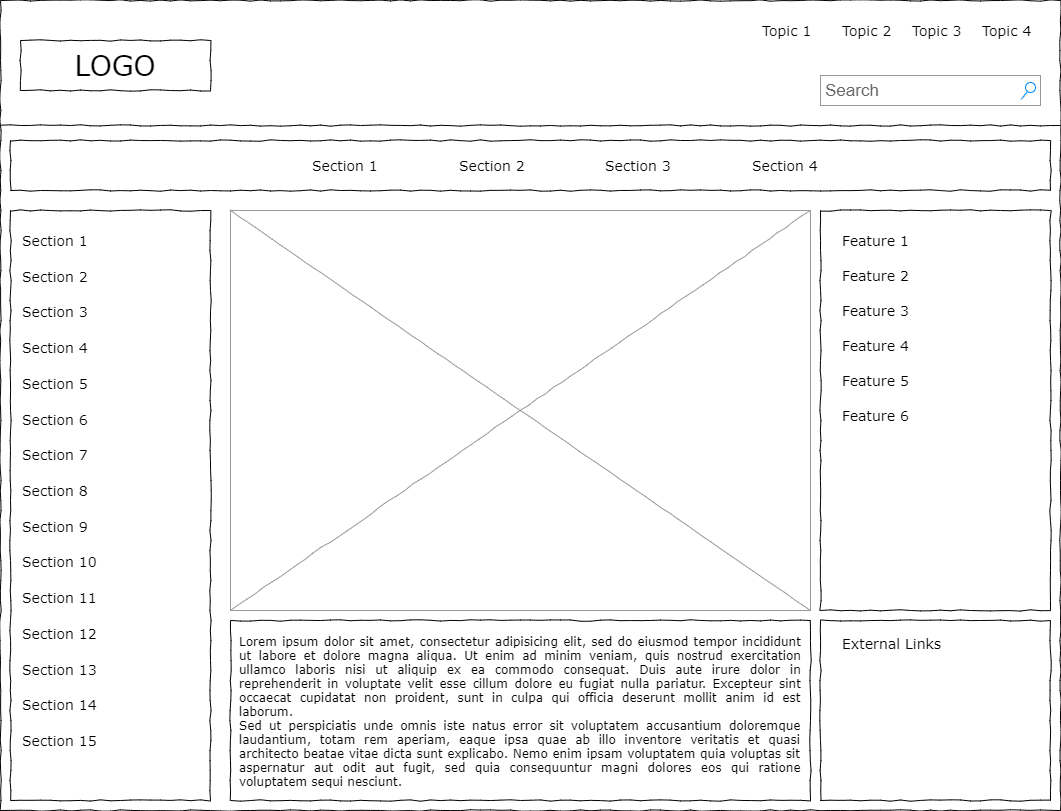
Above: Wireframe.png in GiangNguyenn/Group20_IIT_A3 (draw.io), before the change. Source tidied: cells renumbered, new cells last; positions are measured from the earlier drawing's top-left corner, leaving out a move shared by most shapes. The source it was exported from:
```xml
<mxGraphModel background="#ffffff">
  <root>
    <mxCell id="0" />
    <mxCell id="1" parent="0" />
    <mxCell id="2" style="whiteSpace=wrap;html=1;rounded=0;shadow=0;labelBackgroundColor=none;strokeColor=#000000;strokeWidth=1;fillColor=none;fontFamily=Verdana;fontSize=12;fontColor=#000000;align=center;comic=1;" parent="1" vertex="1">
      <mxGeometry width="1060" height="810" as="geometry" />
    </mxCell>
    <mxCell id="3" value="LOGO" style="whiteSpace=wrap;html=1;rounded=0;shadow=0;labelBackgroundColor=none;strokeWidth=1;fontFamily=Verdana;fontSize=28;align=center;comic=1;" parent="1" vertex="1">
      <mxGeometry x="20" y="40" width="190" height="50" as="geometry" />
    </mxCell>
    <mxCell id="4" value="Search" style="strokeWidth=1;shadow=0;dashed=0;align=center;html=1;shape=mxgraph.mockup.forms.searchBox;strokeColor=#999999;mainText=;strokeColor2=#008cff;fontColor=#666666;fontSize=17;align=left;spacingLeft=3;rounded=0;labelBackgroundColor=none;comic=1;" parent="1" vertex="1">
      <mxGeometry x="820" y="75" width="220" height="30" as="geometry" />
    </mxCell>
    <mxCell id="5" value="Topic 1" style="text;html=1;align=left;verticalAlign=top;spacingTop=-4;fontSize=14;fontFamily=Verdana;" parent="1" vertex="1">
      <mxGeometry x="760" y="20" width="60" height="20" as="geometry" />
    </mxCell>
    <mxCell id="6" value="Topic 2" style="text;html=1;align=left;verticalAlign=top;spacingTop=-4;fontSize=14;fontFamily=Verdana;" parent="1" vertex="1">
      <mxGeometry x="840" y="20" width="60" height="20" as="geometry" />
    </mxCell>
    <mxCell id="7" value="Topic 3" style="text;html=1;align=left;verticalAlign=top;spacingTop=-4;fontSize=14;fontFamily=Verdana;" parent="1" vertex="1">
      <mxGeometry x="910" y="20" width="60" height="20" as="geometry" />
    </mxCell>
    <mxCell id="8" value="Topic 4" style="text;html=1;align=left;verticalAlign=top;spacingTop=-4;fontSize=14;fontFamily=Verdana;" parent="1" vertex="1">
      <mxGeometry x="980" y="20" width="60" height="20" as="geometry" />
    </mxCell>
    <mxCell id="9" style="whiteSpace=wrap;html=1;rounded=0;shadow=0;labelBackgroundColor=none;strokeWidth=1;fillColor=none;fontFamily=Verdana;fontSize=12;align=center;comic=1;" parent="1" vertex="1">
      <mxGeometry x="10" y="210" width="200" height="590" as="geometry" />
    </mxCell>
    <mxCell id="10" style="line;strokeWidth=1;html=1;rounded=0;shadow=0;labelBackgroundColor=none;fillColor=none;fontFamily=Verdana;fontSize=14;fontColor=#000000;align=center;comic=1;" parent="1" vertex="1">
      <mxGeometry y="120" width="1060" height="10" as="geometry" />
    </mxCell>
    <mxCell id="11" style="whiteSpace=wrap;html=1;rounded=0;shadow=0;labelBackgroundColor=none;strokeWidth=1;fillColor=none;fontFamily=Verdana;fontSize=12;align=center;comic=1;" parent="1" vertex="1">
      <mxGeometry x="10" y="140" width="1040" height="50" as="geometry" />
    </mxCell>
    <mxCell id="12" value="Section 1" style="text;html=1;align=left;verticalAlign=top;spacingTop=-4;fontSize=14;fontFamily=Verdana;" parent="1" vertex="1">
      <mxGeometry x="310" y="155" width="60" height="20" as="geometry" />
    </mxCell>
    <mxCell id="13" value="Section 2" style="text;html=1;align=left;verticalAlign=top;spacingTop=-4;fontSize=14;fontFamily=Verdana;" parent="1" vertex="1">
      <mxGeometry x="457" y="155" width="60" height="20" as="geometry" />
    </mxCell>
    <mxCell id="14" value="Section 3" style="text;html=1;align=left;verticalAlign=top;spacingTop=-4;fontSize=14;fontFamily=Verdana;" parent="1" vertex="1">
      <mxGeometry x="603" y="155" width="60" height="20" as="geometry" />
    </mxCell>
    <mxCell id="15" value="Section 4" style="text;html=1;align=left;verticalAlign=top;spacingTop=-4;fontSize=14;fontFamily=Verdana;" parent="1" vertex="1">
      <mxGeometry x="750" y="155" width="60" height="20" as="geometry" />
    </mxCell>
    <mxCell id="16" value="&lt;div style=&quot;text-align: justify&quot;&gt;&lt;span&gt;Lorem ipsum dolor sit amet, consectetur adipisicing elit, sed do eiusmod tempor incididunt ut labore et dolore magna aliqua. Ut enim ad minim veniam, quis nostrud exercitation ullamco laboris nisi ut aliquip ex ea commodo consequat. Duis aute irure dolor in reprehenderit in voluptate velit esse cillum dolore eu fugiat nulla pariatur. Excepteur sint occaecat cupidatat non proident, sunt in culpa qui officia deserunt mollit anim id est laborum.&lt;/span&gt;&lt;/div&gt;&lt;div style=&quot;text-align: justify&quot;&gt;&lt;span&gt;Sed ut perspiciatis unde omnis iste natus error sit voluptatem accusantium doloremque laudantium, totam rem aperiam, eaque ipsa quae ab illo inventore veritatis et quasi architecto beatae vitae dicta sunt explicabo. Nemo enim ipsam voluptatem quia voluptas sit aspernatur aut odit aut fugit, sed quia consequuntur magni dolores eos qui ratione voluptatem sequi nesciunt.&amp;nbsp;&lt;/span&gt;&lt;/div&gt;" style="whiteSpace=wrap;html=1;rounded=0;shadow=0;labelBackgroundColor=none;strokeWidth=1;fillColor=none;fontFamily=Verdana;fontSize=12;align=center;verticalAlign=top;spacing=10;comic=1;" parent="1" vertex="1">
      <mxGeometry x="230" y="620" width="580" height="180" as="geometry" />
    </mxCell>
    <mxCell id="17" style="verticalLabelPosition=bottom;shadow=0;dashed=0;align=center;html=1;verticalAlign=top;strokeWidth=1;shape=mxgraph.mockup.graphics.simpleIcon;strokeColor=#999999;rounded=0;labelBackgroundColor=none;fontFamily=Verdana;fontSize=14;fontColor=#000000;comic=1;" parent="1" vertex="1">
      <mxGeometry x="230" y="210" width="580" height="400" as="geometry" />
    </mxCell>
    <mxCell id="18" style="whiteSpace=wrap;html=1;rounded=0;shadow=0;labelBackgroundColor=none;strokeWidth=1;fillColor=none;fontFamily=Verdana;fontSize=12;align=center;comic=1;" parent="1" vertex="1">
      <mxGeometry x="820" y="210" width="230" height="400" as="geometry" />
    </mxCell>
    <mxCell id="19" style="whiteSpace=wrap;html=1;rounded=0;shadow=0;labelBackgroundColor=none;strokeWidth=1;fillColor=none;fontFamily=Verdana;fontSize=12;align=center;comic=1;" parent="1" vertex="1">
      <mxGeometry x="820" y="620" width="230" height="180" as="geometry" />
    </mxCell>
    <mxCell id="20" value="Section 1" style="text;html=1;align=left;verticalAlign=top;spacingTop=-4;fontSize=14;fontFamily=Verdana;" parent="1" vertex="1">
      <mxGeometry x="20" y="230" width="170" height="20" as="geometry" />
    </mxCell>
    <mxCell id="21" value="Section 2" style="text;html=1;align=left;verticalAlign=top;spacingTop=-4;fontSize=14;fontFamily=Verdana;" parent="1" vertex="1">
      <mxGeometry x="20" y="266" width="170" height="20" as="geometry" />
    </mxCell>
    <mxCell id="22" value="Section 3" style="text;html=1;align=left;verticalAlign=top;spacingTop=-4;fontSize=14;fontFamily=Verdana;" parent="1" vertex="1">
      <mxGeometry x="20" y="301" width="170" height="20" as="geometry" />
    </mxCell>
    <mxCell id="23" value="Section 4" style="text;html=1;align=left;verticalAlign=top;spacingTop=-4;fontSize=14;fontFamily=Verdana;" parent="1" vertex="1">
      <mxGeometry x="20" y="337" width="170" height="20" as="geometry" />
    </mxCell>
    <mxCell id="24" value="Section 7" style="text;html=1;align=left;verticalAlign=top;spacingTop=-4;fontSize=14;fontFamily=Verdana;" parent="1" vertex="1">
      <mxGeometry x="20" y="444" width="170" height="20" as="geometry" />
    </mxCell>
    <mxCell id="25" value="Section 8" style="text;html=1;align=left;verticalAlign=top;spacingTop=-4;fontSize=14;fontFamily=Verdana;" parent="1" vertex="1">
      <mxGeometry x="20" y="480" width="170" height="20" as="geometry" />
    </mxCell>
    <mxCell id="26" value="Section 9" style="text;html=1;align=left;verticalAlign=top;spacingTop=-4;fontSize=14;fontFamily=Verdana;" parent="1" vertex="1">
      <mxGeometry x="20" y="516" width="170" height="20" as="geometry" />
    </mxCell>
    <mxCell id="27" value="Section 10" style="text;html=1;align=left;verticalAlign=top;spacingTop=-4;fontSize=14;fontFamily=Verdana;" parent="1" vertex="1">
      <mxGeometry x="20" y="551" width="170" height="20" as="geometry" />
    </mxCell>
    <mxCell id="28" value="Section 11" style="text;html=1;align=left;verticalAlign=top;spacingTop=-4;fontSize=14;fontFamily=Verdana;" parent="1" vertex="1">
      <mxGeometry x="20" y="587" width="170" height="20" as="geometry" />
    </mxCell>
    <mxCell id="29" value="Section 12" style="text;html=1;align=left;verticalAlign=top;spacingTop=-4;fontSize=14;fontFamily=Verdana;" parent="1" vertex="1">
      <mxGeometry x="20" y="623" width="170" height="20" as="geometry" />
    </mxCell>
    <mxCell id="30" value="Section 13" style="text;html=1;align=left;verticalAlign=top;spacingTop=-4;fontSize=14;fontFamily=Verdana;" parent="1" vertex="1">
      <mxGeometry x="20" y="659" width="170" height="20" as="geometry" />
    </mxCell>
    <mxCell id="31" value="Section 14" style="text;html=1;align=left;verticalAlign=top;spacingTop=-4;fontSize=14;fontFamily=Verdana;" parent="1" vertex="1">
      <mxGeometry x="20" y="694" width="170" height="20" as="geometry" />
    </mxCell>
    <mxCell id="32" value="Section 5" style="text;html=1;align=left;verticalAlign=top;spacingTop=-4;fontSize=14;fontFamily=Verdana;" parent="1" vertex="1">
      <mxGeometry x="20" y="373" width="170" height="20" as="geometry" />
    </mxCell>
    <mxCell id="33" value="Section 6" style="text;html=1;align=left;verticalAlign=top;spacingTop=-4;fontSize=14;fontFamily=Verdana;" parent="1" vertex="1">
      <mxGeometry x="20" y="409" width="170" height="20" as="geometry" />
    </mxCell>
    <mxCell id="34" value="Section 15" style="text;html=1;align=left;verticalAlign=top;spacingTop=-4;fontSize=14;fontFamily=Verdana;" parent="1" vertex="1">
      <mxGeometry x="20" y="730" width="170" height="20" as="geometry" />
    </mxCell>
    <mxCell id="35" value="External Links" style="text;html=1;align=left;verticalAlign=top;spacingTop=-4;fontSize=14;fontFamily=Verdana;" parent="1" vertex="1">
      <mxGeometry x="840" y="633" width="170" height="20" as="geometry" />
    </mxCell>
    <mxCell id="36" value="Feature 1" style="text;html=1;align=left;verticalAlign=top;spacingTop=-4;fontSize=14;fontFamily=Verdana;" parent="1" vertex="1">
      <mxGeometry x="840" y="230" width="170" height="20" as="geometry" />
    </mxCell>
    <mxCell id="37" value="Feature 2" style="text;html=1;align=left;verticalAlign=top;spacingTop=-4;fontSize=14;fontFamily=Verdana;" parent="1" vertex="1">
      <mxGeometry x="840" y="265" width="170" height="20" as="geometry" />
    </mxCell>
    <mxCell id="38" value="Feature 3" style="text;html=1;align=left;verticalAlign=top;spacingTop=-4;fontSize=14;fontFamily=Verdana;" parent="1" vertex="1">
      <mxGeometry x="840" y="300" width="170" height="20" as="geometry" />
    </mxCell>
    <mxCell id="39" value="Feature 4" style="text;html=1;align=left;verticalAlign=top;spacingTop=-4;fontSize=14;fontFamily=Verdana;" parent="1" vertex="1">
      <mxGeometry x="840" y="335" width="170" height="20" as="geometry" />
    </mxCell>
    <mxCell id="40" value="Feature 5" style="text;html=1;align=left;verticalAlign=top;spacingTop=-4;fontSize=14;fontFamily=Verdana;" parent="1" vertex="1">
      <mxGeometry x="840" y="370" width="170" height="20" as="geometry" />
    </mxCell>
    <mxCell id="41" value="Feature 6" style="text;html=1;align=left;verticalAlign=top;spacingTop=-4;fontSize=14;fontFamily=Verdana;" parent="1" vertex="1">
      <mxGeometry x="840" y="405" width="170" height="20" as="geometry" />
    </mxCell>
  </root>
</mxGraphModel>
```
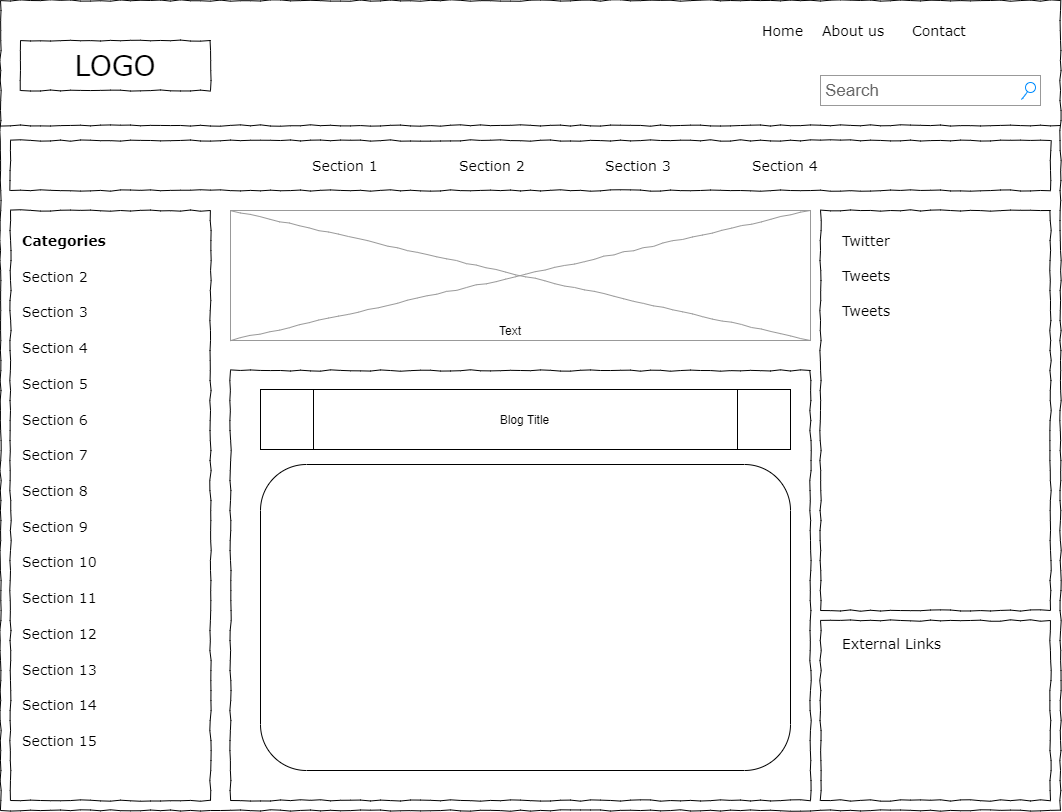
The same file after the commit.

The edit, as a diff of the source:
```diff
@@ -11,18 +11,15 @@
     <mxCell id="4" value="Search" style="strokeWidth=1;shadow=0;dashed=0;align=center;html=1;shape=mxgraph.mockup.forms.searchBox;strokeColor=#999999;mainText=;strokeColor2=#008cff;fontColor=#666666;fontSize=17;align=left;spacingLeft=3;rounded=0;labelBackgroundColor=none;comic=1;" parent="1" vertex="1">
       <mxGeometry x="820" y="75" width="220" height="30" as="geometry" />
     </mxCell>
-    <mxCell id="5" value="Topic 1" style="text;html=1;align=left;verticalAlign=top;spacingTop=-4;fontSize=14;fontFamily=Verdana;" parent="1" vertex="1">
+    <mxCell id="5" value="Home" style="text;html=1;align=left;verticalAlign=top;spacingTop=-4;fontSize=14;fontFamily=Verdana;" parent="1" vertex="1">
       <mxGeometry x="760" y="20" width="60" height="20" as="geometry" />
     </mxCell>
-    <mxCell id="6" value="Topic 2" style="text;html=1;align=left;verticalAlign=top;spacingTop=-4;fontSize=14;fontFamily=Verdana;" parent="1" vertex="1">
-      <mxGeometry x="840" y="20" width="60" height="20" as="geometry" />
+    <mxCell id="6" value="About us" style="text;html=1;align=left;verticalAlign=top;spacingTop=-4;fontSize=14;fontFamily=Verdana;" parent="1" vertex="1">
+      <mxGeometry x="820" y="20" width="60" height="20" as="geometry" />
     </mxCell>
-    <mxCell id="7" value="Topic 3" style="text;html=1;align=left;verticalAlign=top;spacingTop=-4;fontSize=14;fontFamily=Verdana;" parent="1" vertex="1">
+    <mxCell id="7" value="Contact" style="text;html=1;align=left;verticalAlign=top;spacingTop=-4;fontSize=14;fontFamily=Verdana;" parent="1" vertex="1">
       <mxGeometry x="910" y="20" width="60" height="20" as="geometry" />
     </mxCell>
-    <mxCell id="8" value="Topic 4" style="text;html=1;align=left;verticalAlign=top;spacingTop=-4;fontSize=14;fontFamily=Verdana;" parent="1" vertex="1">
-      <mxGeometry x="980" y="20" width="60" height="20" as="geometry" />
-    </mxCell>
     <mxCell id="9" style="whiteSpace=wrap;html=1;rounded=0;shadow=0;labelBackgroundColor=none;strokeWidth=1;fillColor=none;fontFamily=Verdana;fontSize=12;align=center;comic=1;" parent="1" vertex="1">
       <mxGeometry x="10" y="210" width="200" height="590" as="geometry" />
     </mxCell>
@@ -44,11 +41,11 @@
     <mxCell id="15" value="Section 4" style="text;html=1;align=left;verticalAlign=top;spacingTop=-4;fontSize=14;fontFamily=Verdana;" parent="1" vertex="1">
       <mxGeometry x="750" y="155" width="60" height="20" as="geometry" />
     </mxCell>
-    <mxCell id="16" value="&lt;div style=&quot;text-align: justify&quot;&gt;&lt;span&gt;Lorem ipsum dolor sit amet, consectetur adipisicing elit, sed do eiusmod tempor incididunt ut labore et dolore magna aliqua. Ut enim ad minim veniam, quis nostrud exercitation ullamco laboris nisi ut aliquip ex ea commodo consequat. Duis aute irure dolor in reprehenderit in voluptate velit esse cillum dolore eu fugiat nulla pariatur. Excepteur sint occaecat cupidatat non proident, sunt in culpa qui officia deserunt mollit anim id est laborum.&lt;/span&gt;&lt;/div&gt;&lt;div style=&quot;text-align: justify&quot;&gt;&lt;span&gt;Sed ut perspiciatis unde omnis iste natus error sit voluptatem accusantium doloremque laudantium, totam rem aperiam, eaque ipsa quae ab illo inventore veritatis et quasi architecto beatae vitae dicta sunt explicabo. Nemo enim ipsam voluptatem quia voluptas sit aspernatur aut odit aut fugit, sed quia consequuntur magni dolores eos qui ratione voluptatem sequi nesciunt.&amp;nbsp;&lt;/span&gt;&lt;/div&gt;" style="whiteSpace=wrap;html=1;rounded=0;shadow=0;labelBackgroundColor=none;strokeWidth=1;fillColor=none;fontFamily=Verdana;fontSize=12;align=center;verticalAlign=top;spacing=10;comic=1;" parent="1" vertex="1">
-      <mxGeometry x="230" y="620" width="580" height="180" as="geometry" />
+    <mxCell id="16" value="&lt;div style=&quot;text-align: justify&quot;&gt;&lt;br&gt;&lt;/div&gt;" style="whiteSpace=wrap;html=1;rounded=0;shadow=0;labelBackgroundColor=none;strokeWidth=1;fillColor=none;fontFamily=Verdana;fontSize=12;align=center;verticalAlign=top;spacing=10;comic=1;" parent="1" vertex="1">
+      <mxGeometry x="230" y="370" width="580" height="430" as="geometry" />
     </mxCell>
     <mxCell id="17" style="verticalLabelPosition=bottom;shadow=0;dashed=0;align=center;html=1;verticalAlign=top;strokeWidth=1;shape=mxgraph.mockup.graphics.simpleIcon;strokeColor=#999999;rounded=0;labelBackgroundColor=none;fontFamily=Verdana;fontSize=14;fontColor=#000000;comic=1;" parent="1" vertex="1">
-      <mxGeometry x="230" y="210" width="580" height="400" as="geometry" />
+      <mxGeometry x="230" y="210" width="580" height="130" as="geometry" />
     </mxCell>
     <mxCell id="18" style="whiteSpace=wrap;html=1;rounded=0;shadow=0;labelBackgroundColor=none;strokeWidth=1;fillColor=none;fontFamily=Verdana;fontSize=12;align=center;comic=1;" parent="1" vertex="1">
       <mxGeometry x="820" y="210" width="230" height="400" as="geometry" />
@@ -56,7 +53,7 @@
     <mxCell id="19" style="whiteSpace=wrap;html=1;rounded=0;shadow=0;labelBackgroundColor=none;strokeWidth=1;fillColor=none;fontFamily=Verdana;fontSize=12;align=center;comic=1;" parent="1" vertex="1">
       <mxGeometry x="820" y="620" width="230" height="180" as="geometry" />
     </mxCell>
-    <mxCell id="20" value="Section 1" style="text;html=1;align=left;verticalAlign=top;spacingTop=-4;fontSize=14;fontFamily=Verdana;" parent="1" vertex="1">
+    <mxCell id="20" value="&lt;b&gt;Categories&lt;/b&gt;" style="text;html=1;align=left;verticalAlign=top;spacingTop=-4;fontSize=14;fontFamily=Verdana;" parent="1" vertex="1">
       <mxGeometry x="20" y="230" width="170" height="20" as="geometry" />
     </mxCell>
     <mxCell id="21" value="Section 2" style="text;html=1;align=left;verticalAlign=top;spacingTop=-4;fontSize=14;fontFamily=Verdana;" parent="1" vertex="1">
@@ -104,23 +101,23 @@
     <mxCell id="35" value="External Links" style="text;html=1;align=left;verticalAlign=top;spacingTop=-4;fontSize=14;fontFamily=Verdana;" parent="1" vertex="1">
       <mxGeometry x="840" y="633" width="170" height="20" as="geometry" />
     </mxCell>
-    <mxCell id="36" value="Feature 1" style="text;html=1;align=left;verticalAlign=top;spacingTop=-4;fontSize=14;fontFamily=Verdana;" parent="1" vertex="1">
+    <mxCell id="36" value="Twitter" style="text;html=1;align=left;verticalAlign=top;spacingTop=-4;fontSize=14;fontFamily=Verdana;" parent="1" vertex="1">
       <mxGeometry x="840" y="230" width="170" height="20" as="geometry" />
     </mxCell>
-    <mxCell id="37" value="Feature 2" style="text;html=1;align=left;verticalAlign=top;spacingTop=-4;fontSize=14;fontFamily=Verdana;" parent="1" vertex="1">
+    <mxCell id="37" value="Tweets" style="text;html=1;align=left;verticalAlign=top;spacingTop=-4;fontSize=14;fontFamily=Verdana;" parent="1" vertex="1">
       <mxGeometry x="840" y="265" width="170" height="20" as="geometry" />
     </mxCell>
-    <mxCell id="38" value="Feature 3" style="text;html=1;align=left;verticalAlign=top;spacingTop=-4;fontSize=14;fontFamily=Verdana;" parent="1" vertex="1">
+    <mxCell id="38" value="Tweets" style="text;html=1;align=left;verticalAlign=top;spacingTop=-4;fontSize=14;fontFamily=Verdana;" parent="1" vertex="1">
       <mxGeometry x="840" y="300" width="170" height="20" as="geometry" />
     </mxCell>
-    <mxCell id="39" value="Feature 4" style="text;html=1;align=left;verticalAlign=top;spacingTop=-4;fontSize=14;fontFamily=Verdana;" parent="1" vertex="1">
-      <mxGeometry x="840" y="335" width="170" height="20" as="geometry" />
-    </mxCell>
-    <mxCell id="40" value="Feature 5" style="text;html=1;align=left;verticalAlign=top;spacingTop=-4;fontSize=14;fontFamily=Verdana;" parent="1" vertex="1">
-      <mxGeometry x="840" y="370" width="170" height="20" as="geometry" />
-    </mxCell>
-    <mxCell id="41" value="Feature 6" style="text;html=1;align=left;verticalAlign=top;spacingTop=-4;fontSize=14;fontFamily=Verdana;" parent="1" vertex="1">
-      <mxGeometry x="840" y="405" width="170" height="20" as="geometry" />
-    </mxCell>
+    <mxCell id="42" value="Blog Title" style="shape=process;whiteSpace=wrap;html=1;backgroundOutline=1;" parent="1" vertex="1">
+      <mxGeometry x="260" y="389" width="530" height="60" as="geometry" />
+    </mxCell>
+    <mxCell id="43" value="Text" style="text;html=1;strokeColor=none;fillColor=none;align=center;verticalAlign=middle;whiteSpace=wrap;rounded=0;" parent="1" vertex="1">
+      <mxGeometry x="490" y="320" width="40" height="20" as="geometry" />
+    </mxCell>
+    <mxCell id="44" style="rounded=1;whiteSpace=wrap;html=1;" parent="1" vertex="1">
+      <mxGeometry x="260" y="464" width="530" height="306" as="geometry" />
+    </mxCell>
   </root>
 </mxGraphModel>
```
